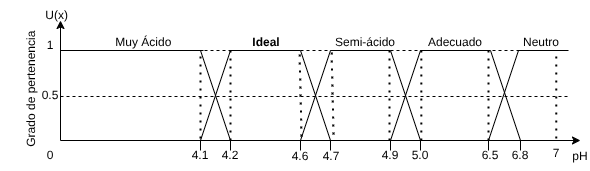
miicxitl-kin/Proyecto-Terminal-1-y-2 keeps this draw.io diagram as UML/Modulo2/diseno/logica1.drawio.png. Above is the earlier version. Source tidied: cells renumbered, new cells last; positions are measured from the earlier drawing's top-left corner, leaving out a move shared by most shapes. Its diagram source:
```xml
<mxGraphModel>
  <root>
    <mxCell id="0" />
    <mxCell id="1" parent="0" />
    <mxCell id="2" style="endArrow=classic;html=1;" parent="1" edge="1">
      <mxGeometry relative="1" as="geometry">
        <mxPoint x="94" y="140" as="sourcePoint" />
        <mxPoint x="94" y="20" as="targetPoint" />
      </mxGeometry>
    </mxCell>
    <mxCell id="3" style="endArrow=classic;html=1;" parent="1" edge="1">
      <mxGeometry relative="1" as="geometry">
        <mxPoint x="94" y="140" as="sourcePoint" />
        <mxPoint x="614" y="140" as="targetPoint" />
      </mxGeometry>
    </mxCell>
    <mxCell id="4" style="endArrow=none;dashed=1;html=1;" parent="1" edge="1">
      <mxGeometry relative="1" as="geometry">
        <mxPoint x="94" y="50" as="sourcePoint" />
        <mxPoint x="554" y="50" as="targetPoint" />
      </mxGeometry>
    </mxCell>
    <mxCell id="5" value="&lt;div&gt;&lt;font style=&quot;color: rgb(0, 0, 0);&quot;&gt;&amp;nbsp;U(x)&lt;/font&gt;&lt;/div&gt;" style="text;html=1;align=center;verticalAlign=middle;whiteSpace=wrap;rounded=0;" parent="1" vertex="1">
      <mxGeometry x="34" width="110" height="30" as="geometry" />
    </mxCell>
    <mxCell id="6" value="1" style="text;html=1;align=center;verticalAlign=middle;whiteSpace=wrap;rounded=0;" parent="1" vertex="1">
      <mxGeometry x="74" y="30" width="20" height="30" as="geometry" />
    </mxCell>
    <mxCell id="7" value="6.8" style="text;html=1;align=center;verticalAlign=middle;whiteSpace=wrap;rounded=0;" parent="1" vertex="1">
      <mxGeometry x="544" y="140" width="20" height="30" as="geometry" />
    </mxCell>
    <mxCell id="8" value="6.5" style="text;html=1;align=center;verticalAlign=middle;whiteSpace=wrap;rounded=0;" parent="1" vertex="1">
      <mxGeometry x="514" y="140" width="20" height="30" as="geometry" />
    </mxCell>
    <mxCell id="9" value="5.0" style="text;html=1;align=center;verticalAlign=middle;whiteSpace=wrap;rounded=0;" parent="1" vertex="1">
      <mxGeometry x="444" y="140" width="20" height="30" as="geometry" />
    </mxCell>
    <mxCell id="10" value="4.9" style="text;html=1;align=center;verticalAlign=middle;whiteSpace=wrap;rounded=0;" parent="1" vertex="1">
      <mxGeometry x="414" y="140" width="20" height="30" as="geometry" />
    </mxCell>
    <mxCell id="11" value="4.7" style="text;html=1;align=center;verticalAlign=middle;whiteSpace=wrap;rounded=0;" parent="1" vertex="1">
      <mxGeometry x="355" y="141" width="20" height="30" as="geometry" />
    </mxCell>
    <mxCell id="12" style="endArrow=none;html=1;entryX=0.5;entryY=0;entryDx=0;entryDy=0;" parent="1" edge="1">
      <mxGeometry relative="1" as="geometry">
        <mxPoint x="264" y="150" as="sourcePoint" />
        <mxPoint x="264" y="140" as="targetPoint" />
      </mxGeometry>
    </mxCell>
    <mxCell id="13" style="endArrow=none;html=1;entryX=0.5;entryY=0;entryDx=0;entryDy=0;" parent="1" edge="1">
      <mxGeometry relative="1" as="geometry">
        <mxPoint x="234" y="150" as="sourcePoint" />
        <mxPoint x="234" y="140" as="targetPoint" />
      </mxGeometry>
    </mxCell>
    <mxCell id="14" value="pH" style="text;html=1;align=center;verticalAlign=middle;whiteSpace=wrap;rounded=0;" parent="1" vertex="1">
      <mxGeometry x="604" y="141" width="20" height="30" as="geometry" />
    </mxCell>
    <mxCell id="15" value="0" style="text;html=1;align=center;verticalAlign=middle;whiteSpace=wrap;rounded=0;" parent="1" vertex="1">
      <mxGeometry x="74" y="140" width="20" height="30" as="geometry" />
    </mxCell>
    <mxCell id="16" style="endArrow=none;html=1;" parent="1" edge="1">
      <mxGeometry relative="1" as="geometry">
        <mxPoint x="454" y="50" as="sourcePoint" />
        <mxPoint x="524" y="50" as="targetPoint" />
      </mxGeometry>
    </mxCell>
    <mxCell id="17" style="endArrow=none;html=1;" parent="1" edge="1">
      <mxGeometry relative="1" as="geometry">
        <mxPoint x="234" y="50" as="sourcePoint" />
        <mxPoint x="264" y="140" as="targetPoint" />
      </mxGeometry>
    </mxCell>
    <mxCell id="18" style="endArrow=none;dashed=1;html=1;dashPattern=1 3;strokeWidth=2;exitX=0.076;exitY=-0.07;exitDx=0;exitDy=0;exitPerimeter=0;" parent="1" edge="1">
      <mxGeometry relative="1" as="geometry">
        <mxPoint x="234" y="138" as="sourcePoint" />
        <mxPoint x="234" y="50" as="targetPoint" />
      </mxGeometry>
    </mxCell>
    <mxCell id="19" style="endArrow=none;html=1;" parent="1" edge="1">
      <mxGeometry relative="1" as="geometry">
        <mxPoint x="234" y="140" as="sourcePoint" />
        <mxPoint x="264" y="50" as="targetPoint" />
      </mxGeometry>
    </mxCell>
    <mxCell id="20" style="endArrow=none;html=1;" parent="1" edge="1">
      <mxGeometry relative="1" as="geometry">
        <mxPoint x="264" y="50" as="sourcePoint" />
        <mxPoint x="334" y="50" as="targetPoint" />
      </mxGeometry>
    </mxCell>
    <mxCell id="21" style="endArrow=none;html=1;" parent="1" edge="1">
      <mxGeometry relative="1" as="geometry">
        <mxPoint x="334" y="50" as="sourcePoint" />
        <mxPoint x="364" y="140" as="targetPoint" />
      </mxGeometry>
    </mxCell>
    <mxCell id="22" style="endArrow=none;dashed=1;html=1;dashPattern=1 3;strokeWidth=2;" parent="1" edge="1">
      <mxGeometry relative="1" as="geometry">
        <mxPoint x="264" y="140" as="sourcePoint" />
        <mxPoint x="264" y="50" as="targetPoint" />
      </mxGeometry>
    </mxCell>
    <mxCell id="23" style="endArrow=none;dashed=1;html=1;dashPattern=1 3;strokeWidth=2;exitX=0.076;exitY=-0.07;exitDx=0;exitDy=0;exitPerimeter=0;" parent="1" edge="1">
      <mxGeometry relative="1" as="geometry">
        <mxPoint x="335" y="136" as="sourcePoint" />
        <mxPoint x="333" y="48" as="targetPoint" />
      </mxGeometry>
    </mxCell>
    <mxCell id="24" style="endArrow=none;html=1;entryX=0.5;entryY=0;entryDx=0;entryDy=0;" parent="1" edge="1">
      <mxGeometry relative="1" as="geometry">
        <mxPoint x="334" y="150" as="sourcePoint" />
        <mxPoint x="334" y="140" as="targetPoint" />
      </mxGeometry>
    </mxCell>
    <mxCell id="25" style="endArrow=none;html=1;entryX=0.5;entryY=0;entryDx=0;entryDy=0;" parent="1" edge="1">
      <mxGeometry relative="1" as="geometry">
        <mxPoint x="364" y="150" as="sourcePoint" />
        <mxPoint x="364" y="140" as="targetPoint" />
      </mxGeometry>
    </mxCell>
    <mxCell id="26" style="endArrow=none;html=1;" parent="1" edge="1">
      <mxGeometry relative="1" as="geometry">
        <mxPoint x="334" y="140" as="sourcePoint" />
        <mxPoint x="364" y="50" as="targetPoint" />
      </mxGeometry>
    </mxCell>
    <mxCell id="27" style="endArrow=none;html=1;" parent="1" edge="1">
      <mxGeometry relative="1" as="geometry">
        <mxPoint x="364" y="50" as="sourcePoint" />
        <mxPoint x="424" y="50" as="targetPoint" />
      </mxGeometry>
    </mxCell>
    <mxCell id="28" value="4.6" style="text;html=1;align=center;verticalAlign=middle;whiteSpace=wrap;rounded=0;" parent="1" vertex="1">
      <mxGeometry x="324" y="141" width="20" height="30" as="geometry" />
    </mxCell>
    <mxCell id="29" style="endArrow=none;html=1;" parent="1" edge="1">
      <mxGeometry relative="1" as="geometry">
        <mxPoint x="424" y="50" as="sourcePoint" />
        <mxPoint x="454" y="140" as="targetPoint" />
      </mxGeometry>
    </mxCell>
    <mxCell id="30" style="endArrow=none;dashed=1;html=1;dashPattern=1 3;strokeWidth=2;exitX=0.076;exitY=-0.07;exitDx=0;exitDy=0;exitPerimeter=0;" parent="1" edge="1">
      <mxGeometry relative="1" as="geometry">
        <mxPoint x="367" y="134" as="sourcePoint" />
        <mxPoint x="365" y="46" as="targetPoint" />
      </mxGeometry>
    </mxCell>
    <mxCell id="31" style="endArrow=none;dashed=1;html=1;dashPattern=1 3;strokeWidth=2;" parent="1" edge="1">
      <mxGeometry relative="1" as="geometry">
        <mxPoint x="423" y="140" as="sourcePoint" />
        <mxPoint x="423" y="50" as="targetPoint" />
      </mxGeometry>
    </mxCell>
    <mxCell id="32" style="endArrow=none;html=1;entryX=0.5;entryY=0;entryDx=0;entryDy=0;" parent="1" edge="1">
      <mxGeometry relative="1" as="geometry">
        <mxPoint x="424" y="150" as="sourcePoint" />
        <mxPoint x="424" y="140" as="targetPoint" />
      </mxGeometry>
    </mxCell>
    <mxCell id="33" style="endArrow=none;html=1;entryX=0.5;entryY=0;entryDx=0;entryDy=0;" parent="1" edge="1">
      <mxGeometry relative="1" as="geometry">
        <mxPoint x="454" y="150" as="sourcePoint" />
        <mxPoint x="454" y="140" as="targetPoint" />
      </mxGeometry>
    </mxCell>
    <mxCell id="34" value="4.2" style="text;html=1;align=center;verticalAlign=middle;whiteSpace=wrap;rounded=0;" parent="1" vertex="1">
      <mxGeometry x="254" y="140" width="20" height="30" as="geometry" />
    </mxCell>
    <mxCell id="35" value="4.1" style="text;html=1;align=center;verticalAlign=middle;whiteSpace=wrap;rounded=0;" parent="1" vertex="1">
      <mxGeometry x="224" y="140" width="20" height="30" as="geometry" />
    </mxCell>
    <mxCell id="36" style="endArrow=none;html=1;" parent="1" edge="1">
      <mxGeometry relative="1" as="geometry">
        <mxPoint x="424" y="140" as="sourcePoint" />
        <mxPoint x="454" y="50" as="targetPoint" />
      </mxGeometry>
    </mxCell>
    <mxCell id="37" style="endArrow=none;dashed=1;html=1;endSize=6;startSize=6;jumpSize=5;strokeWidth=1;jumpStyle=none;" parent="1" edge="1">
      <mxGeometry relative="1" as="geometry">
        <mxPoint x="94" y="96" as="sourcePoint" />
        <mxPoint x="604" y="96" as="targetPoint" />
      </mxGeometry>
    </mxCell>
    <mxCell id="38" style="endArrow=none;dashed=1;html=1;dashPattern=1 3;strokeWidth=2;" parent="1" edge="1">
      <mxGeometry relative="1" as="geometry">
        <mxPoint x="454.8" y="140" as="sourcePoint" />
        <mxPoint x="454.8" y="50" as="targetPoint" />
      </mxGeometry>
    </mxCell>
    <mxCell id="39" value="0.5" style="text;html=1;align=center;verticalAlign=middle;whiteSpace=wrap;rounded=0;" parent="1" vertex="1">
      <mxGeometry x="74" y="80" width="20" height="30" as="geometry" />
    </mxCell>
    <mxCell id="40" value="Adecuado" style="text;html=1;align=center;verticalAlign=middle;whiteSpace=wrap;rounded=0;" parent="1" vertex="1">
      <mxGeometry x="434" y="27" width="110" height="30" as="geometry" />
    </mxCell>
    <mxCell id="41" value="Semi-ácido" style="text;html=1;align=center;verticalAlign=middle;whiteSpace=wrap;rounded=0;" parent="1" vertex="1">
      <mxGeometry x="344" y="27" width="110" height="30" as="geometry" />
    </mxCell>
    <mxCell id="42" value="&lt;b&gt;Ideal&lt;/b&gt;" style="text;html=1;align=center;verticalAlign=middle;whiteSpace=wrap;rounded=0;" parent="1" vertex="1">
      <mxGeometry x="245" y="27" width="110" height="30" as="geometry" />
    </mxCell>
    <mxCell id="43" value="Muy Ácido&amp;nbsp;" style="text;html=1;align=center;verticalAlign=middle;whiteSpace=wrap;rounded=0;" parent="1" vertex="1">
      <mxGeometry x="124" y="27" width="110" height="30" as="geometry" />
    </mxCell>
    <mxCell id="44" style="endArrow=none;html=1;" parent="1" edge="1">
      <mxGeometry relative="1" as="geometry">
        <mxPoint x="524" y="50" as="sourcePoint" />
        <mxPoint x="554" y="140" as="targetPoint" />
      </mxGeometry>
    </mxCell>
    <mxCell id="45" style="endArrow=none;dashed=1;html=1;dashPattern=1 3;strokeWidth=2;" parent="1" edge="1">
      <mxGeometry relative="1" as="geometry">
        <mxPoint x="522" y="140" as="sourcePoint" />
        <mxPoint x="522" y="50" as="targetPoint" />
      </mxGeometry>
    </mxCell>
    <mxCell id="46" style="endArrow=none;html=1;startSize=6;endSize=6;strokeWidth=1;targetPerimeterSpacing=0;" parent="1" edge="1">
      <mxGeometry relative="1" as="geometry">
        <mxPoint x="94" y="50" as="sourcePoint" />
        <mxPoint x="237" y="50" as="targetPoint" />
      </mxGeometry>
    </mxCell>
    <mxCell id="47" style="endArrow=none;html=1;entryX=0.5;entryY=0;entryDx=0;entryDy=0;" parent="1" edge="1">
      <mxGeometry relative="1" as="geometry">
        <mxPoint x="554" y="150" as="sourcePoint" />
        <mxPoint x="554" y="140" as="targetPoint" />
      </mxGeometry>
    </mxCell>
    <mxCell id="48" style="endArrow=none;html=1;entryX=0.5;entryY=0;entryDx=0;entryDy=0;" parent="1" edge="1">
      <mxGeometry relative="1" as="geometry">
        <mxPoint x="522" y="150" as="sourcePoint" />
        <mxPoint x="522" y="140" as="targetPoint" />
      </mxGeometry>
    </mxCell>
    <mxCell id="49" value="Grado de pertenencia&amp;nbsp;" style="text;html=1;align=center;verticalAlign=middle;whiteSpace=wrap;rounded=0;rotation=-90;" parent="1" vertex="1">
      <mxGeometry y="72" width="130" height="30" as="geometry" />
    </mxCell>
    <mxCell id="50" style="endArrow=none;html=1;" parent="1" edge="1">
      <mxGeometry relative="1" as="geometry">
        <mxPoint x="522" y="140" as="sourcePoint" />
        <mxPoint x="552" y="50" as="targetPoint" />
      </mxGeometry>
    </mxCell>
    <mxCell id="51" value="7" style="text;html=1;align=center;verticalAlign=middle;whiteSpace=wrap;rounded=0;" parent="1" vertex="1">
      <mxGeometry x="580" y="138" width="20" height="30" as="geometry" />
    </mxCell>
    <mxCell id="52" style="endArrow=none;html=1;startSize=6;endSize=6;strokeWidth=1;targetPerimeterSpacing=0;" parent="1" edge="1">
      <mxGeometry relative="1" as="geometry">
        <mxPoint x="552" y="50" as="sourcePoint" />
        <mxPoint x="602" y="50" as="targetPoint" />
      </mxGeometry>
    </mxCell>
    <mxCell id="53" style="endArrow=none;dashed=1;html=1;dashPattern=1 3;strokeWidth=2;exitX=0.076;exitY=-0.07;exitDx=0;exitDy=0;exitPerimeter=0;" parent="1" edge="1">
      <mxGeometry relative="1" as="geometry">
        <mxPoint x="589.8" y="138" as="sourcePoint" />
        <mxPoint x="589.8" y="50" as="targetPoint" />
      </mxGeometry>
    </mxCell>
    <mxCell id="54" value="Neutro" style="text;html=1;align=center;verticalAlign=middle;whiteSpace=wrap;rounded=0;" parent="1" vertex="1">
      <mxGeometry x="550" y="27" width="50" height="30" as="geometry" />
    </mxCell>
  </root>
</mxGraphModel>
```
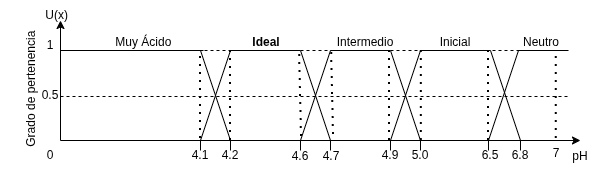
After the commit.

The edit, as a diff of the source:
```diff
@@ -191,10 +191,10 @@
     <mxCell id="39" value="0.5" style="text;html=1;align=center;verticalAlign=middle;whiteSpace=wrap;rounded=0;" parent="1" vertex="1">
       <mxGeometry x="74" y="80" width="20" height="30" as="geometry" />
     </mxCell>
-    <mxCell id="40" value="Adecuado" style="text;html=1;align=center;verticalAlign=middle;whiteSpace=wrap;rounded=0;" parent="1" vertex="1">
+    <mxCell id="40" value="Inicial" style="text;html=1;align=center;verticalAlign=middle;whiteSpace=wrap;rounded=0;" parent="1" vertex="1">
       <mxGeometry x="434" y="27" width="110" height="30" as="geometry" />
     </mxCell>
-    <mxCell id="41" value="Semi-ácido" style="text;html=1;align=center;verticalAlign=middle;whiteSpace=wrap;rounded=0;" parent="1" vertex="1">
+    <mxCell id="41" value="Intermedio" style="text;html=1;align=center;verticalAlign=middle;whiteSpace=wrap;rounded=0;" parent="1" vertex="1">
       <mxGeometry x="344" y="27" width="110" height="30" as="geometry" />
     </mxCell>
     <mxCell id="42" value="&lt;b&gt;Ideal&lt;/b&gt;" style="text;html=1;align=center;verticalAlign=middle;whiteSpace=wrap;rounded=0;" parent="1" vertex="1">
```
